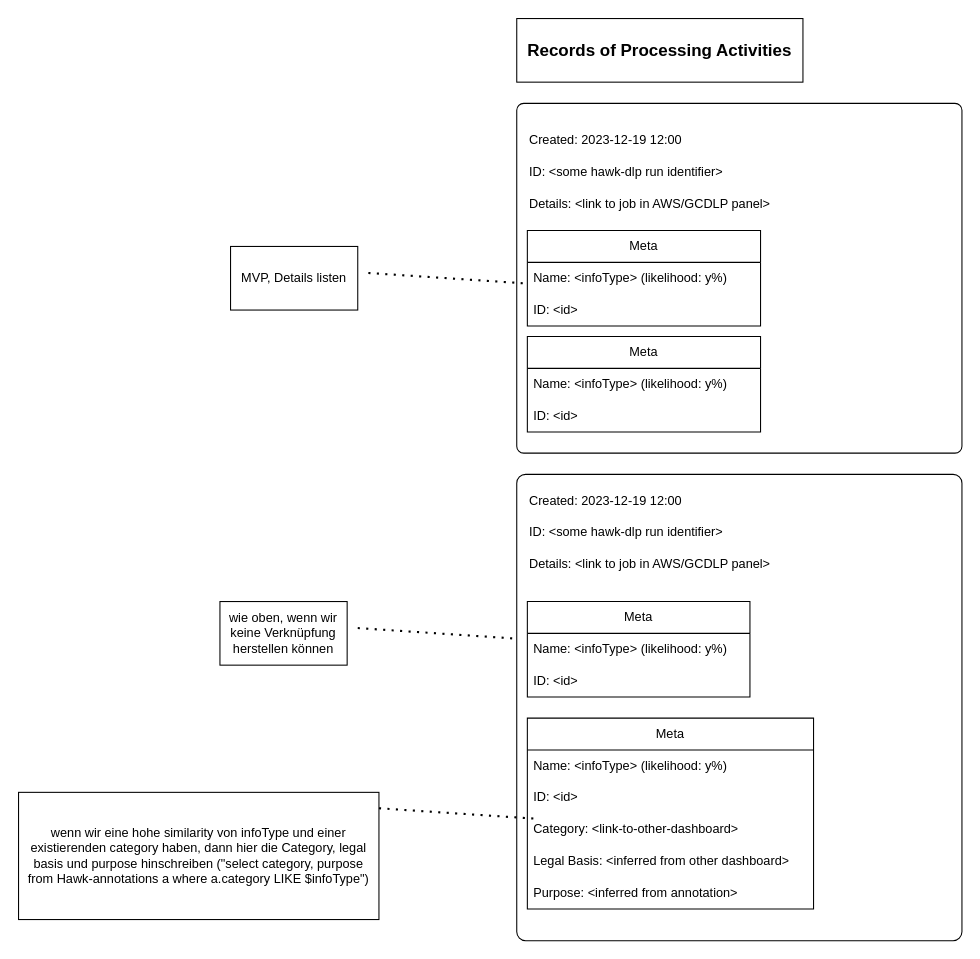
Before: sketch.drawio in PrivacyEngineering/hawk-dlp, a draw.io diagram. Source tidied: cells renumbered, new cells numbered last; positions are measured from the earlier drawing's top-left corner, leaving out a move shared by most shapes. Both pictures are drawn from the tidied source at 106%, with x=0, y=0 at pixel (18, 18).
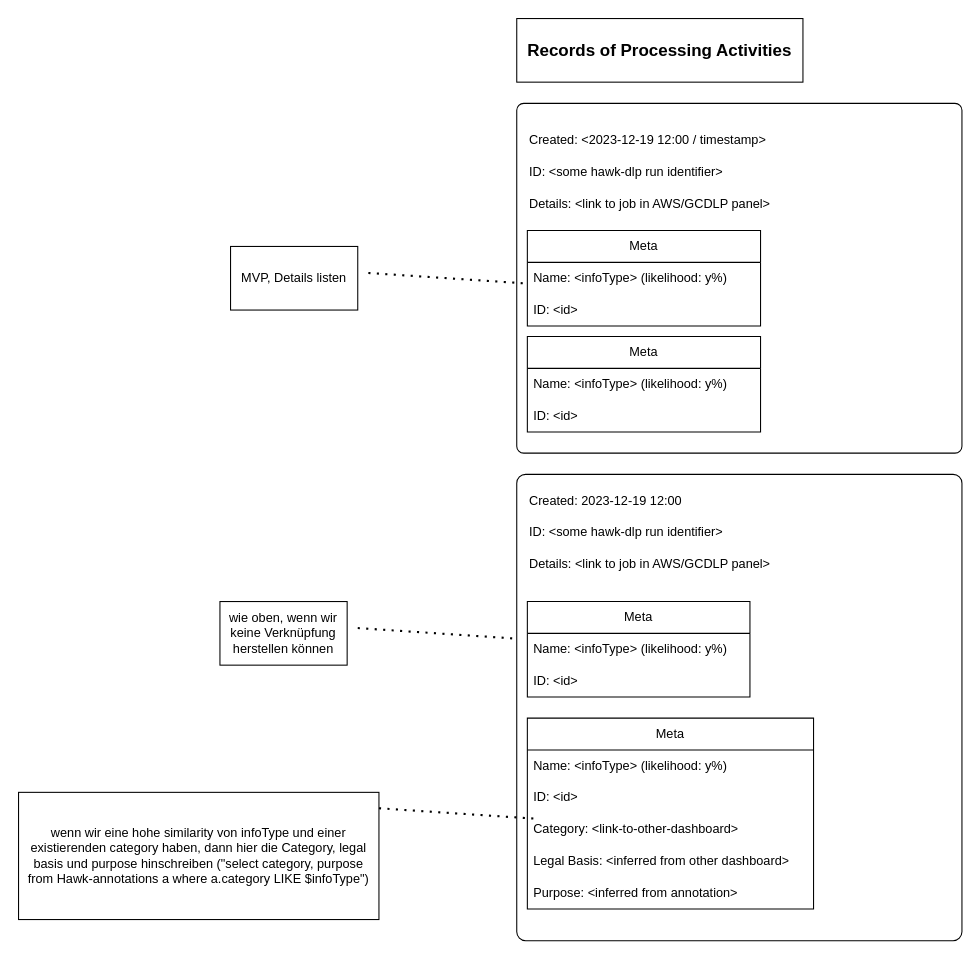
After the change.

Diff of the diagram source:
```diff
@@
-    <mxCell id="4" value="Created: 2023-12-19 12:00" style="text;html=1;strokeColor=none;fillColor=none;align=left;verticalAlign=middle;whiteSpace=wrap;rounded=0;" parent="1" vertex="1">
-      <mxGeometry x="480" y="100" width="160" height="30" as="geometry" />
+    <mxCell id="4" value="Created: &amp;lt;2023-12-19 12:00 / timestamp&amp;gt;" style="text;html=1;strokeColor=none;fillColor=none;align=left;verticalAlign=middle;whiteSpace=wrap;rounded=0;" parent="1" vertex="1">
+      <mxGeometry x="480" y="100" width="240" height="30" as="geometry" />
     </mxCell>
```
